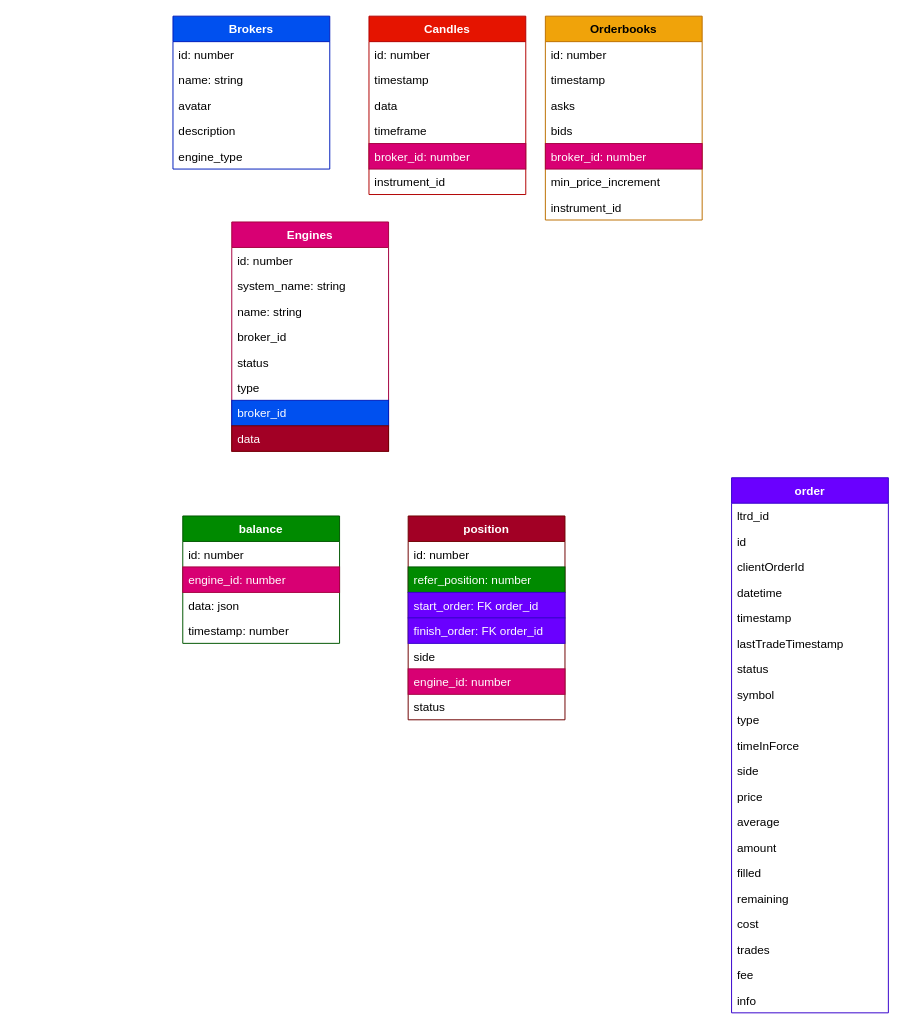
The draw.io diagram ts-server/hasura.drawio in soloviofff/ltrd-terminal, before the edit. Source tidied: cells renumbered, new cells numbered last; positions are measured from the earlier drawing's top-left corner, leaving out a move shared by most shapes. Both pictures are drawn from the tidied source at 98%, with x=0, y=0 at pixel (133, 16).
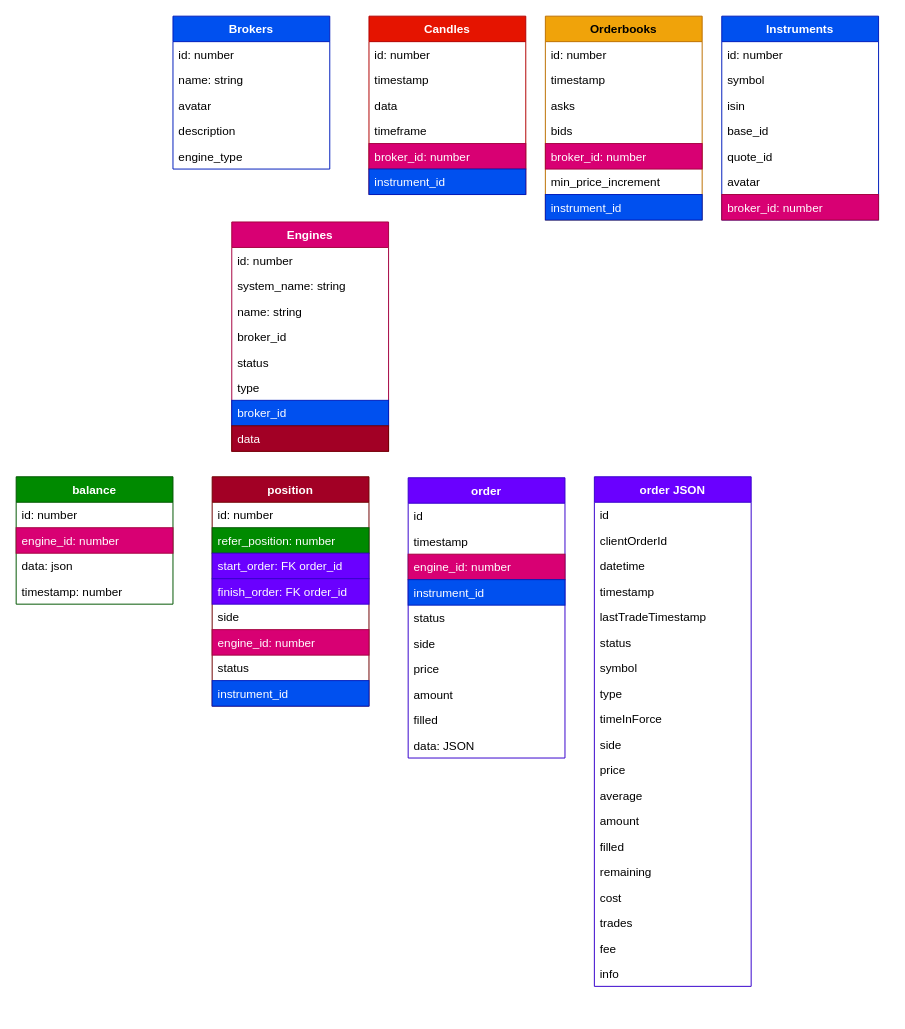
After the change.

The change refers to these unchanged cells:
```xml
<mxCell id="58" value="Orderbooks" style="swimlane;fontStyle=1;align=center;verticalAlign=top;horizontal=1;startSize=26;fillColor=#f0a30a;strokeColor=#BD7000;fontColor=#000000;" parent="1" vertex="1">
  <mxGeometry x="420" width="160" height="208" as="geometry" />
</mxCell>
<mxCell id="67" value="Candles" style="swimlane;fontStyle=1;align=center;verticalAlign=top;horizontal=1;startSize=26;fillColor=#e51400;strokeColor=#B20000;fontColor=#ffffff;" parent="1" vertex="1">
  <mxGeometry x="240" width="160" height="182" as="geometry" />
</mxCell>
```

What changed in the source:
```diff
@@
     <mxCell id="4" value="balance" style="swimlane;fontStyle=1;align=center;verticalAlign=top;horizontal=1;startSize=26;fillColor=#008a00;strokeColor=#005700;fontColor=#ffffff;" parent="1" vertex="1">
-      <mxGeometry x="50" y="510" width="160" height="130" as="geometry" />
+      <mxGeometry x="-120" y="470" width="160" height="130" as="geometry" />
     </mxCell>
@@
     <mxCell id="10" value="position" style="swimlane;fontStyle=1;align=center;verticalAlign=top;horizontal=1;startSize=26;fillColor=#a20025;strokeColor=#6F0000;fontColor=#ffffff;" parent="1" vertex="1">
-      <mxGeometry x="280" y="510" width="160" height="208" as="geometry" />
+      <mxGeometry x="80" y="470" width="160" height="234" as="geometry" />
     </mxCell>
@@
+    <mxCell id="75" value="instrument_id" style="text;strokeColor=#001DBC;fillColor=#0050ef;align=left;verticalAlign=top;spacingLeft=4;spacingRight=4;overflow=hidden;fontColor=#ffffff;" parent="10" vertex="1">
+      <mxGeometry y="208" width="160" height="26" as="geometry" />
+    </mxCell>
     <mxCell id="19" value="order" style="swimlane;fontStyle=1;align=center;verticalAlign=top;horizontal=1;startSize=26;fillColor=#6a00ff;strokeColor=#3700CC;fontColor=#ffffff;" parent="1" vertex="1">
-      <mxGeometry x="610" y="471" width="160" height="546" as="geometry" />
+      <mxGeometry x="280" y="471" width="160" height="286" as="geometry" />
     </mxCell>
-    <mxCell id="20" value="ltrd_id" style="text;strokeColor=none;fillColor=none;align=left;verticalAlign=top;spacingLeft=4;spacingRight=4;overflow=hidden;points=[[0,0.5],[1,0.5]];portConstraint=eastwest;" parent="19" vertex="1">
-      <mxGeometry y="26" width="160" height="26" as="geometry" />
-    </mxCell>
     <mxCell id="21" value="id " style="text;align=left;verticalAlign=top;spacingLeft=4;spacingRight=4;overflow=hidden;" parent="19" vertex="1">
-      <mxGeometry y="52" width="160" height="26" as="geometry" />
+      <mxGeometry y="26" width="160" height="26" as="geometry" />
     </mxCell>
-    <mxCell id="22" value="clientOrderId" style="text;strokeColor=none;fillColor=none;align=left;verticalAlign=top;spacingLeft=4;spacingRight=4;overflow=hidden;" parent="19" vertex="1">
-      <mxGeometry y="78" width="160" height="26" as="geometry" />
-    </mxCell>
-    <mxCell id="23" value="datetime" style="text;strokeColor=none;fillColor=none;align=left;verticalAlign=top;spacingLeft=4;spacingRight=4;overflow=hidden;" parent="19" vertex="1">
-      <mxGeometry y="104" width="160" height="26" as="geometry" />
-    </mxCell>
-    <mxCell id="24" style="edgeStyle=orthogonalEdgeStyle;rounded=0;orthogonalLoop=1;jettySize=auto;html=1;exitX=1;exitY=0.5;exitDx=0;exitDy=0;" parent="19" edge="1" source="20" target="20">
-      <mxGeometry relative="1" as="geometry" />
+    <mxCell id="24" style="edgeStyle=orthogonalEdgeStyle;rounded=0;orthogonalLoop=1;jettySize=auto;html=1;exitX=1;exitY=0.5;exitDx=0;exitDy=0;" parent="19" edge="1">
+      <mxGeometry relative="1" as="geometry">
+        <mxPoint x="160" y="39" as="sourcePoint" />
+        <mxPoint x="160" y="39" as="targetPoint" />
+      </mxGeometry>
     </mxCell>
     <mxCell id="25" value="timestamp" style="text;strokeColor=none;fillColor=none;align=left;verticalAlign=top;spacingLeft=4;spacingRight=4;overflow=hidden;" parent="19" vertex="1">
-      <mxGeometry y="130" width="160" height="26" as="geometry" />
+      <mxGeometry y="52" width="160" height="26" as="geometry" />
     </mxCell>
-    <mxCell id="26" value="lastTradeTimestamp" style="text;strokeColor=none;fillColor=none;align=left;verticalAlign=top;spacingLeft=4;spacingRight=4;overflow=hidden;" parent="19" vertex="1">
-      <mxGeometry y="156" width="160" height="26" as="geometry" />
-    </mxCell>
+    <mxCell id="76" value="engine_id: number" style="text;strokeColor=#A50040;fillColor=#d80073;align=left;verticalAlign=top;spacingLeft=4;spacingRight=4;overflow=hidden;fontColor=#ffffff;" parent="19" vertex="1">
+      <mxGeometry y="78" width="160" height="26" as="geometry" />
+    </mxCell>
+    <mxCell id="77" value="instrument_id" style="text;strokeColor=#001DBC;fillColor=#0050ef;align=left;verticalAlign=top;spacingLeft=4;spacingRight=4;overflow=hidden;fontColor=#ffffff;" parent="19" vertex="1">
+      <mxGeometry y="104" width="160" height="26" as="geometry" />
+    </mxCell>
     <mxCell id="27" value="status" style="text;strokeColor=none;fillColor=none;align=left;verticalAlign=top;spacingLeft=4;spacingRight=4;overflow=hidden;" parent="19" vertex="1">
-      <mxGeometry y="182" width="160" height="26" as="geometry" />
+      <mxGeometry y="130" width="160" height="26" as="geometry" />
     </mxCell>
-    <mxCell id="28" value="symbol" style="text;strokeColor=none;fillColor=none;align=left;verticalAlign=top;spacingLeft=4;spacingRight=4;overflow=hidden;" parent="19" vertex="1">
-      <mxGeometry y="208" width="160" height="26" as="geometry" />
-    </mxCell>
-    <mxCell id="29" value="type" style="text;strokeColor=none;fillColor=none;align=left;verticalAlign=top;spacingLeft=4;spacingRight=4;overflow=hidden;" parent="19" vertex="1">
-      <mxGeometry y="234" width="160" height="26" as="geometry" />
-    </mxCell>
-    <mxCell id="30" value="timeInForce" style="text;strokeColor=none;fillColor=none;align=left;verticalAlign=top;spacingLeft=4;spacingRight=4;overflow=hidden;" parent="19" vertex="1">
-      <mxGeometry y="260" width="160" height="26" as="geometry" />
-    </mxCell>
     <mxCell id="31" value="side" style="text;strokeColor=none;fillColor=none;align=left;verticalAlign=top;spacingLeft=4;spacingRight=4;overflow=hidden;" parent="19" vertex="1">
-      <mxGeometry y="286" width="160" height="26" as="geometry" />
+      <mxGeometry y="156" width="160" height="26" as="geometry" />
     </mxCell>
     <mxCell id="32" value="price" style="text;strokeColor=none;fillColor=none;align=left;verticalAlign=top;spacingLeft=4;spacingRight=4;overflow=hidden;" parent="19" vertex="1">
-      <mxGeometry y="312" width="160" height="26" as="geometry" />
+      <mxGeometry y="182" width="160" height="26" as="geometry" />
     </mxCell>
-    <mxCell id="33" value="average" style="text;strokeColor=none;fillColor=none;align=left;verticalAlign=top;spacingLeft=4;spacingRight=4;overflow=hidden;" parent="19" vertex="1">
-      <mxGeometry y="338" width="160" height="26" as="geometry" />
-    </mxCell>
     <mxCell id="34" value="amount" style="text;strokeColor=none;fillColor=none;align=left;verticalAlign=top;spacingLeft=4;spacingRight=4;overflow=hidden;" parent="19" vertex="1">
-      <mxGeometry y="364" width="160" height="26" as="geometry" />
+      <mxGeometry y="208" width="160" height="26" as="geometry" />
     </mxCell>
     <mxCell id="35" value="filled" style="text;strokeColor=none;fillColor=none;align=left;verticalAlign=top;spacingLeft=4;spacingRight=4;overflow=hidden;" parent="19" vertex="1">
-      <mxGeometry y="390" width="160" height="26" as="geometry" />
+      <mxGeometry y="234" width="160" height="26" as="geometry" />
     </mxCell>
-    <mxCell id="36" value="remaining" style="text;strokeColor=none;fillColor=none;align=left;verticalAlign=top;spacingLeft=4;spacingRight=4;overflow=hidden;" parent="19" vertex="1">
-      <mxGeometry y="416" width="160" height="26" as="geometry" />
-    </mxCell>
-    <mxCell id="37" value="cost" style="text;strokeColor=none;fillColor=none;align=left;verticalAlign=top;spacingLeft=4;spacingRight=4;overflow=hidden;" parent="19" vertex="1">
-      <mxGeometry y="442" width="160" height="26" as="geometry" />
-    </mxCell>
-    <mxCell id="38" value="trades" style="text;strokeColor=none;fillColor=none;align=left;verticalAlign=top;spacingLeft=4;spacingRight=4;overflow=hidden;" parent="19" vertex="1">
-      <mxGeometry y="468" width="160" height="26" as="geometry" />
-    </mxCell>
-    <mxCell id="39" value="fee" style="text;strokeColor=none;fillColor=none;align=left;verticalAlign=top;spacingLeft=4;spacingRight=4;overflow=hidden;" parent="19" vertex="1">
-      <mxGeometry y="494" width="160" height="26" as="geometry" />
-    </mxCell>
-    <mxCell id="40" value="info" style="text;strokeColor=none;fillColor=none;align=left;verticalAlign=top;spacingLeft=4;spacingRight=4;overflow=hidden;" parent="19" vertex="1">
-      <mxGeometry y="520" width="160" height="26" as="geometry" />
-    </mxCell>
+    <mxCell id="78" value="data: JSON" style="text;strokeColor=none;fillColor=none;align=left;verticalAlign=top;spacingLeft=4;spacingRight=4;overflow=hidden;" parent="19" vertex="1">
+      <mxGeometry y="260" width="160" height="26" as="geometry" />
+    </mxCell>
@@
-    <mxCell id="66" value="instrument_id" style="text;strokeColor=none;fillColor=none;align=left;verticalAlign=top;spacingLeft=4;spacingRight=4;overflow=hidden;" parent="58" vertex="1">
+    <mxCell id="66" value="instrument_id" style="text;strokeColor=#001DBC;fillColor=#0050ef;align=left;verticalAlign=top;spacingLeft=4;spacingRight=4;overflow=hidden;fontColor=#ffffff;" parent="58" vertex="1">
       <mxGeometry y="182" width="160" height="26" as="geometry" />
     </mxCell>
@@
-    <mxCell id="74" value="instrument_id" style="text;strokeColor=none;fillColor=none;align=left;verticalAlign=top;spacingLeft=4;spacingRight=4;overflow=hidden;" parent="67" vertex="1">
+    <mxCell id="74" value="instrument_id" style="text;strokeColor=#001DBC;fillColor=#0050ef;align=left;verticalAlign=top;spacingLeft=4;spacingRight=4;overflow=hidden;fontColor=#ffffff;" parent="67" vertex="1">
       <mxGeometry y="156" width="160" height="26" as="geometry" />
     </mxCell>
+    <mxCell id="79" value="Instruments" style="swimlane;fontStyle=1;align=center;verticalAlign=top;horizontal=1;startSize=26;fillColor=#0050ef;strokeColor=#001DBC;fontColor=#ffffff;" parent="1" vertex="1">
+      <mxGeometry x="600" width="160" height="208" as="geometry" />
+    </mxCell>
+    <mxCell id="80" value="id: number" style="text;strokeColor=none;fillColor=none;align=left;verticalAlign=top;spacingLeft=4;spacingRight=4;overflow=hidden;points=[[0,0.5],[1,0.5]];portConstraint=eastwest;" parent="79" vertex="1">
+      <mxGeometry y="26" width="160" height="26" as="geometry" />
+    </mxCell>
+    <mxCell id="81" value="symbol" style="text;strokeColor=none;fillColor=none;align=left;verticalAlign=top;spacingLeft=4;spacingRight=4;overflow=hidden;" parent="79" vertex="1">
+      <mxGeometry y="52" width="160" height="26" as="geometry" />
+    </mxCell>
+    <mxCell id="82" style="edgeStyle=orthogonalEdgeStyle;rounded=0;orthogonalLoop=1;jettySize=auto;html=1;exitX=1;exitY=0.5;exitDx=0;exitDy=0;" parent="79" edge="1" source="80" target="80">
+      <mxGeometry relative="1" as="geometry" />
+    </mxCell>
+    <mxCell id="83" value="isin" style="text;strokeColor=none;fillColor=none;align=left;verticalAlign=top;spacingLeft=4;spacingRight=4;overflow=hidden;" parent="79" vertex="1">
+      <mxGeometry y="78" width="160" height="26" as="geometry" />
+    </mxCell>
+    <mxCell id="84" value="base_id" style="text;strokeColor=none;fillColor=none;align=left;verticalAlign=top;spacingLeft=4;spacingRight=4;overflow=hidden;" parent="79" vertex="1">
+      <mxGeometry y="104" width="160" height="26" as="geometry" />
+    </mxCell>
+    <mxCell id="85" value="quote_id" style="text;strokeColor=none;fillColor=none;align=left;verticalAlign=top;spacingLeft=4;spacingRight=4;overflow=hidden;" parent="79" vertex="1">
+      <mxGeometry y="130" width="160" height="26" as="geometry" />
+    </mxCell>
+    <mxCell id="86" value="avatar" style="text;strokeColor=none;fillColor=none;align=left;verticalAlign=top;spacingLeft=4;spacingRight=4;overflow=hidden;" parent="79" vertex="1">
+      <mxGeometry y="156" width="160" height="26" as="geometry" />
+    </mxCell>
+    <mxCell id="87" value="broker_id: number" style="text;strokeColor=#A50040;fillColor=#d80073;align=left;verticalAlign=top;spacingLeft=4;spacingRight=4;overflow=hidden;fontColor=#ffffff;" parent="79" vertex="1">
+      <mxGeometry y="182" width="160" height="26" as="geometry" />
+    </mxCell>
+    <mxCell id="88" value="order JSON" style="swimlane;fontStyle=1;align=center;verticalAlign=top;horizontal=1;startSize=26;fillColor=#6a00ff;strokeColor=#3700CC;fontColor=#ffffff;" parent="1" vertex="1">
+      <mxGeometry x="470" y="470" width="160" height="520" as="geometry" />
+    </mxCell>
+    <mxCell id="89" value="id " style="text;align=left;verticalAlign=top;spacingLeft=4;spacingRight=4;overflow=hidden;" parent="88" vertex="1">
+      <mxGeometry y="26" width="160" height="26" as="geometry" />
+    </mxCell>
+    <mxCell id="22" value="clientOrderId" style="text;strokeColor=none;fillColor=none;align=left;verticalAlign=top;spacingLeft=4;spacingRight=4;overflow=hidden;" parent="88" vertex="1">
+      <mxGeometry y="52" width="160" height="26" as="geometry" />
+    </mxCell>
+    <mxCell id="23" value="datetime" style="text;strokeColor=none;fillColor=none;align=left;verticalAlign=top;spacingLeft=4;spacingRight=4;overflow=hidden;" parent="88" vertex="1">
+      <mxGeometry y="78" width="160" height="26" as="geometry" />
+    </mxCell>
+    <mxCell id="90" style="edgeStyle=orthogonalEdgeStyle;rounded=0;orthogonalLoop=1;jettySize=auto;html=1;exitX=1;exitY=0.5;exitDx=0;exitDy=0;" parent="88" edge="1">
+      <mxGeometry relative="1" as="geometry">
+        <mxPoint x="160" y="39" as="sourcePoint" />
+        <mxPoint x="160" y="39" as="targetPoint" />
+      </mxGeometry>
+    </mxCell>
+    <mxCell id="91" value="timestamp" style="text;strokeColor=none;fillColor=none;align=left;verticalAlign=top;spacingLeft=4;spacingRight=4;overflow=hidden;" parent="88" vertex="1">
+      <mxGeometry y="104" width="160" height="26" as="geometry" />
+    </mxCell>
+    <mxCell id="26" value="lastTradeTimestamp" style="text;strokeColor=none;fillColor=none;align=left;verticalAlign=top;spacingLeft=4;spacingRight=4;overflow=hidden;" parent="88" vertex="1">
+      <mxGeometry y="130" width="160" height="26" as="geometry" />
+    </mxCell>
+    <mxCell id="92" value="status" style="text;strokeColor=none;fillColor=none;align=left;verticalAlign=top;spacingLeft=4;spacingRight=4;overflow=hidden;" parent="88" vertex="1">
+      <mxGeometry y="156" width="160" height="26" as="geometry" />
+    </mxCell>
+    <mxCell id="93" value="symbol" style="text;strokeColor=none;fillColor=none;align=left;verticalAlign=top;spacingLeft=4;spacingRight=4;overflow=hidden;" parent="88" vertex="1">
+      <mxGeometry y="182" width="160" height="26" as="geometry" />
+    </mxCell>
+    <mxCell id="29" value="type" style="text;strokeColor=none;fillColor=none;align=left;verticalAlign=top;spacingLeft=4;spacingRight=4;overflow=hidden;" parent="88" vertex="1">
+      <mxGeometry y="208" width="160" height="26" as="geometry" />
+    </mxCell>
+    <mxCell id="30" value="timeInForce" style="text;strokeColor=none;fillColor=none;align=left;verticalAlign=top;spacingLeft=4;spacingRight=4;overflow=hidden;" parent="88" vertex="1">
+      <mxGeometry y="234" width="160" height="26" as="geometry" />
+    </mxCell>
+    <mxCell id="94" value="side" style="text;strokeColor=none;fillColor=none;align=left;verticalAlign=top;spacingLeft=4;spacingRight=4;overflow=hidden;" parent="88" vertex="1">
+      <mxGeometry y="260" width="160" height="26" as="geometry" />
+    </mxCell>
+    <mxCell id="95" value="price" style="text;strokeColor=none;fillColor=none;align=left;verticalAlign=top;spacingLeft=4;spacingRight=4;overflow=hidden;" parent="88" vertex="1">
+      <mxGeometry y="286" width="160" height="26" as="geometry" />
+    </mxCell>
+    <mxCell id="33" value="average" style="text;strokeColor=none;fillColor=none;align=left;verticalAlign=top;spacingLeft=4;spacingRight=4;overflow=hidden;" parent="88" vertex="1">
+      <mxGeometry y="312" width="160" height="26" as="geometry" />
+    </mxCell>
+    <mxCell id="96" value="amount" style="text;strokeColor=none;fillColor=none;align=left;verticalAlign=top;spacingLeft=4;spacingRight=4;overflow=hidden;" parent="88" vertex="1">
+      <mxGeometry y="338" width="160" height="26" as="geometry" />
+    </mxCell>
+    <mxCell id="97" value="filled" style="text;strokeColor=none;fillColor=none;align=left;verticalAlign=top;spacingLeft=4;spacingRight=4;overflow=hidden;" parent="88" vertex="1">
+      <mxGeometry y="364" width="160" height="26" as="geometry" />
+    </mxCell>
+    <mxCell id="36" value="remaining" style="text;strokeColor=none;fillColor=none;align=left;verticalAlign=top;spacingLeft=4;spacingRight=4;overflow=hidden;" parent="88" vertex="1">
+      <mxGeometry y="390" width="160" height="26" as="geometry" />
+    </mxCell>
+    <mxCell id="37" value="cost" style="text;strokeColor=none;fillColor=none;align=left;verticalAlign=top;spacingLeft=4;spacingRight=4;overflow=hidden;" parent="88" vertex="1">
+      <mxGeometry y="416" width="160" height="26" as="geometry" />
+    </mxCell>
+    <mxCell id="38" value="trades" style="text;strokeColor=none;fillColor=none;align=left;verticalAlign=top;spacingLeft=4;spacingRight=4;overflow=hidden;" parent="88" vertex="1">
+      <mxGeometry y="442" width="160" height="26" as="geometry" />
+    </mxCell>
+    <mxCell id="39" value="fee" style="text;strokeColor=none;fillColor=none;align=left;verticalAlign=top;spacingLeft=4;spacingRight=4;overflow=hidden;" parent="88" vertex="1">
+      <mxGeometry y="468" width="160" height="26" as="geometry" />
+    </mxCell>
+    <mxCell id="40" value="info" style="text;strokeColor=none;fillColor=none;align=left;verticalAlign=top;spacingLeft=4;spacingRight=4;overflow=hidden;" parent="88" vertex="1">
+      <mxGeometry y="494" width="160" height="26" as="geometry" />
+    </mxCell>
```
